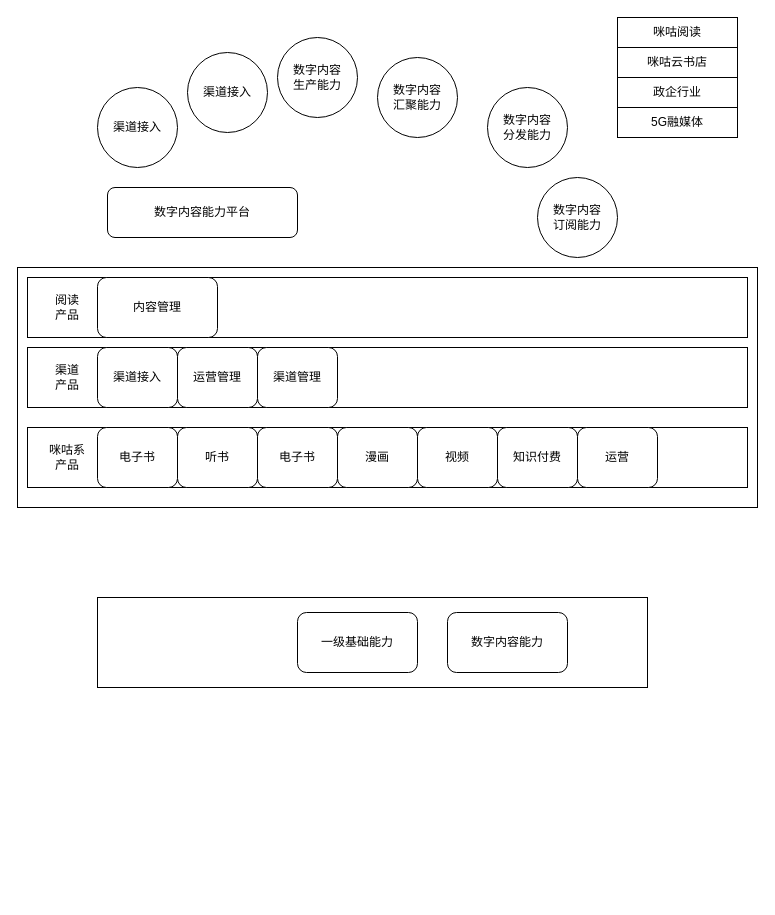
cf8080/test keeps this draw.io diagram as page "Page-1" (1 of 2) of Untitled Diagram.drawio. Above is the earlier version. Source tidied: cells renumbered, new cells numbered last; positions are measured from the earlier drawing's top-left corner, leaving out a move shared by most shapes. Both pictures are drawn from the tidied source at 100%, with x=0, y=0 at pixel (17, 17).
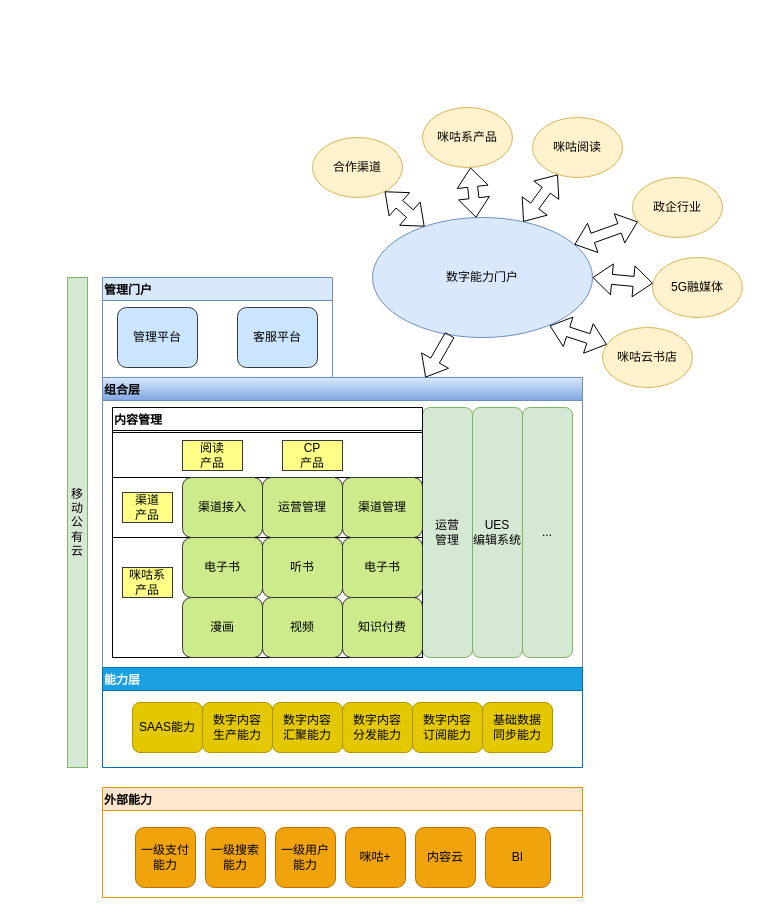
After the change.

The edit, as a diff of the source:
```diff
@@
-    <mxCell id="2" value="数字内容能力平台" style="rounded=1;whiteSpace=wrap;html=1;" parent="1" vertex="1">
-      <mxGeometry x="90" y="170" width="190" height="50" as="geometry" />
-    </mxCell>
-    <mxCell id="3" value="渠道接入" style="ellipse;whiteSpace=wrap;html=1;" parent="1" vertex="1">
-      <mxGeometry x="80" y="70" width="80" height="80" as="geometry" />
-    </mxCell>
+    <mxCell id="34" value="组合层" style="swimlane;labelPosition=center;verticalLabelPosition=middle;align=left;verticalAlign=middle;textDirection=ltr;swimlaneLine=1;shadow=0;fillColor=#dae8fc;strokeColor=#6c8ebf;gradientColor=#7ea6e0;" parent="1" vertex="1">
+      <mxGeometry x="85" y="360" width="480" height="290" as="geometry" />
+    </mxCell>
+    <mxCell id="35" value="UES&lt;br&gt;编辑系统" style="rounded=1;whiteSpace=wrap;html=1;fillColor=#d5e8d4;strokeColor=#82b366;" parent="34" vertex="1">
+      <mxGeometry x="370" y="30" width="50" height="250" as="geometry" />
+    </mxCell>
+    <mxCell id="36" value="运营&lt;br&gt;管理" style="rounded=1;whiteSpace=wrap;html=1;fillColor=#d5e8d4;strokeColor=#82b366;" parent="34" vertex="1">
+      <mxGeometry x="320" y="30" width="50" height="250" as="geometry" />
+    </mxCell>
+    <mxCell id="32" value="内容管理" style="swimlane;shadow=0;align=left;" parent="34" vertex="1">
+      <mxGeometry x="10" y="30" width="310" height="235" as="geometry" />
+    </mxCell>
+    <mxCell id="37" style="rounded=0;whiteSpace=wrap;html=1;" parent="32" vertex="1">
+      <mxGeometry y="25" width="310" height="60" as="geometry" />
+    </mxCell>
+    <mxCell id="33" value="阅读&lt;br&gt;产品" style="text;html=1;strokeColor=#36393d;fillColor=#ffff88;align=center;verticalAlign=middle;whiteSpace=wrap;rounded=0;" parent="32" vertex="1">
+      <mxGeometry x="70" y="33" width="60" height="30" as="geometry" />
+    </mxCell>
+    <mxCell id="38" value="CP&lt;br&gt;产品" style="text;html=1;strokeColor=#36393d;fillColor=#ffff88;align=center;verticalAlign=middle;whiteSpace=wrap;rounded=0;" parent="32" vertex="1">
+      <mxGeometry x="170" y="33" width="60" height="30" as="geometry" />
+    </mxCell>
+    <mxCell id="39" style="rounded=0;whiteSpace=wrap;html=1;" parent="32" vertex="1">
+      <mxGeometry y="70" width="310" height="60" as="geometry" />
+    </mxCell>
+    <mxCell id="27" value="渠道&lt;br&gt;产品" style="text;html=1;strokeColor=#36393d;fillColor=#ffff88;align=center;verticalAlign=middle;whiteSpace=wrap;rounded=0;" parent="32" vertex="1">
+      <mxGeometry x="10" y="85" width="50" height="30" as="geometry" />
+    </mxCell>
+    <mxCell id="40" value="渠道接入" style="rounded=1;whiteSpace=wrap;html=1;fillColor=#cdeb8b;strokeColor=#36393d;" parent="32" vertex="1">
+      <mxGeometry x="70" y="70" width="80" height="60" as="geometry" />
+    </mxCell>
+    <mxCell id="29" value="运营管理" style="rounded=1;whiteSpace=wrap;html=1;fillColor=#cdeb8b;strokeColor=#36393d;" parent="32" vertex="1">
+      <mxGeometry x="150" y="70" width="80" height="60" as="geometry" />
+    </mxCell>
+    <mxCell id="30" value="渠道管理" style="rounded=1;whiteSpace=wrap;html=1;fillColor=#cdeb8b;strokeColor=#36393d;" parent="32" vertex="1">
+      <mxGeometry x="230" y="70" width="80" height="60" as="geometry" />
+    </mxCell>
+    <mxCell id="41" style="rounded=0;whiteSpace=wrap;html=1;" parent="32" vertex="1">
+      <mxGeometry y="130" width="310" height="120" as="geometry" />
+    </mxCell>
+    <mxCell id="23" value="咪咕系&lt;br&gt;产品" style="text;html=1;strokeColor=#36393d;fillColor=#ffff88;align=center;verticalAlign=middle;whiteSpace=wrap;rounded=0;" parent="32" vertex="1">
+      <mxGeometry x="10" y="160" width="50" height="30" as="geometry" />
+    </mxCell>
+    <mxCell id="42" value="电子书" style="rounded=1;whiteSpace=wrap;html=1;imageWidth=24;imageHeight=24;fillColor=#cdeb8b;strokeColor=#36393d;" parent="32" vertex="1">
+      <mxGeometry x="70" y="130" width="80" height="60" as="geometry" />
+    </mxCell>
+    <mxCell id="19" value="听书" style="rounded=1;whiteSpace=wrap;html=1;imageWidth=24;imageHeight=24;fillColor=#cdeb8b;strokeColor=#36393d;" parent="32" vertex="1">
+      <mxGeometry x="150" y="130" width="80" height="60" as="geometry" />
+    </mxCell>
+    <mxCell id="43" value="电子书" style="rounded=1;whiteSpace=wrap;html=1;imageWidth=24;imageHeight=24;fillColor=#cdeb8b;strokeColor=#36393d;" parent="32" vertex="1">
+      <mxGeometry x="230" y="130" width="80" height="60" as="geometry" />
+    </mxCell>
+    <mxCell id="21" value="漫画" style="rounded=1;whiteSpace=wrap;html=1;imageWidth=24;imageHeight=24;fillColor=#cdeb8b;strokeColor=#36393d;" parent="32" vertex="1">
+      <mxGeometry x="70" y="190" width="80" height="60" as="geometry" />
+    </mxCell>
+    <mxCell id="22" value="视频" style="rounded=1;whiteSpace=wrap;html=1;imageWidth=24;imageHeight=24;fillColor=#cdeb8b;strokeColor=#36393d;" parent="32" vertex="1">
+      <mxGeometry x="150" y="190" width="80" height="60" as="geometry" />
+    </mxCell>
+    <mxCell id="24" value="知识付费" style="rounded=1;whiteSpace=wrap;html=1;imageWidth=24;imageHeight=24;fillColor=#cdeb8b;strokeColor=#36393d;" parent="32" vertex="1">
+      <mxGeometry x="230" y="190" width="80" height="60" as="geometry" />
+    </mxCell>
+    <mxCell id="44" value="..." style="rounded=1;whiteSpace=wrap;html=1;fillColor=#d5e8d4;strokeColor=#82b366;" parent="34" vertex="1">
+      <mxGeometry x="420" y="30" width="50" height="250" as="geometry" />
+    </mxCell>
+    <mxCell id="45" value="能力层" style="swimlane;shadow=0;align=left;fillColor=#1ba1e2;fontColor=#ffffff;strokeColor=#006EAF;" parent="1" vertex="1">
+      <mxGeometry x="85" y="650" width="480" height="100" as="geometry" />
+    </mxCell>
-    <mxCell id="4" value="数字内容&lt;br&gt;生产能力" style="ellipse;whiteSpace=wrap;html=1;" parent="1" vertex="1">
-      <mxGeometry x="260" y="20" width="80" height="80" as="geometry" />
+    <mxCell id="4" value="数字内容&lt;br&gt;生产能力" style="rounded=1;whiteSpace=wrap;html=1;fillColor=#e3c800;fontColor=#000000;strokeColor=#B09500;" parent="45" vertex="1">
+      <mxGeometry x="100" y="35" width="70" height="50" as="geometry" />
     </mxCell>
+    <mxCell id="9" value="数字内容&lt;br&gt;汇聚能力" style="rounded=1;whiteSpace=wrap;html=1;fillColor=#e3c800;fontColor=#000000;strokeColor=#B09500;" parent="45" vertex="1">
+      <mxGeometry x="170" y="35" width="70" height="50" as="geometry" />
+    </mxCell>
+    <mxCell id="10" value="数字内容&lt;br&gt;分发能力" style="rounded=1;whiteSpace=wrap;html=1;fillColor=#e3c800;fontColor=#000000;strokeColor=#B09500;" parent="45" vertex="1">
+      <mxGeometry x="240" y="35" width="70" height="50" as="geometry" />
+    </mxCell>
+    <mxCell id="11" value="数字内容&lt;br&gt;订阅能力" style="rounded=1;whiteSpace=wrap;html=1;fillColor=#e3c800;fontColor=#000000;strokeColor=#B09500;" parent="45" vertex="1">
+      <mxGeometry x="310" y="35" width="70" height="50" as="geometry" />
+    </mxCell>
+    <mxCell id="46" value="基础数据&lt;br&gt;同步能力" style="rounded=1;whiteSpace=wrap;html=1;fillColor=#e3c800;fontColor=#000000;strokeColor=#B09500;" parent="45" vertex="1">
+      <mxGeometry x="380" y="35" width="70" height="50" as="geometry" />
+    </mxCell>
+    <mxCell id="47" value="SAAS能力" style="rounded=1;whiteSpace=wrap;html=1;fillColor=#e3c800;fontColor=#000000;strokeColor=#B09500;" parent="45" vertex="1">
+      <mxGeometry x="30" y="35" width="70" height="50" as="geometry" />
+    </mxCell>
+    <mxCell id="48" value="管理门户" style="swimlane;shadow=0;align=left;startSize=23;fillColor=#dae8fc;strokeColor=#6c8ebf;" parent="1" vertex="1">
+      <mxGeometry x="85" y="260" width="230" height="100" as="geometry" />
+    </mxCell>
+    <mxCell id="49" value="管理平台" style="rounded=1;whiteSpace=wrap;html=1;fillColor=#cce5ff;strokeColor=#36393d;" parent="48" vertex="1">
+      <mxGeometry x="15" y="30" width="80" height="60" as="geometry" />
+    </mxCell>
+    <mxCell id="50" value="客服平台" style="rounded=1;whiteSpace=wrap;html=1;fillColor=#cce5ff;strokeColor=#36393d;" parent="48" vertex="1">
+      <mxGeometry x="135" y="30" width="80" height="60" as="geometry" />
+    </mxCell>
+    <mxCell id="51" value="外部能力" style="swimlane;shadow=0;align=left;fillColor=#ffe6cc;strokeColor=#d79b00;" parent="1" vertex="1">
+      <mxGeometry x="85" y="770" width="480" height="110" as="geometry" />
+    </mxCell>
+    <mxCell id="52" value="一级支付能力" style="rounded=1;whiteSpace=wrap;html=1;fillColor=#f0a30a;fontColor=#000000;strokeColor=#BD7000;" parent="51" vertex="1">
+      <mxGeometry x="33" y="40" width="60" height="60" as="geometry" />
+    </mxCell>
+    <mxCell id="53" value="BI" style="rounded=1;whiteSpace=wrap;html=1;fillColor=#f0a30a;fontColor=#000000;strokeColor=#BD7000;" parent="51" vertex="1">
+      <mxGeometry x="383" y="40" width="65" height="60" as="geometry" />
+    </mxCell>
+    <mxCell id="54" value="一级搜索能力" style="rounded=1;whiteSpace=wrap;html=1;fillColor=#f0a30a;fontColor=#000000;strokeColor=#BD7000;" parent="51" vertex="1">
+      <mxGeometry x="103" y="40" width="60" height="60" as="geometry" />
+    </mxCell>
+    <mxCell id="55" value="一级用户能力" style="rounded=1;whiteSpace=wrap;html=1;fillColor=#f0a30a;fontColor=#000000;strokeColor=#BD7000;" parent="51" vertex="1">
+      <mxGeometry x="173" y="40" width="60" height="60" as="geometry" />
+    </mxCell>
+    <mxCell id="56" value="咪咕+" style="rounded=1;whiteSpace=wrap;html=1;fillColor=#f0a30a;fontColor=#000000;strokeColor=#BD7000;" parent="51" vertex="1">
+      <mxGeometry x="243" y="40" width="60" height="60" as="geometry" />
+    </mxCell>
+    <mxCell id="57" value="内容云" style="rounded=1;whiteSpace=wrap;html=1;fillColor=#f0a30a;fontColor=#000000;strokeColor=#BD7000;" parent="51" vertex="1">
+      <mxGeometry x="313" y="40" width="60" height="60" as="geometry" />
+    </mxCell>
-    <mxCell id="5" value="咪咕阅读" style="rounded=0;whiteSpace=wrap;html=1;" parent="1" vertex="1">
-      <mxGeometry x="600" width="120" height="30" as="geometry" />
+    <mxCell id="5" value="&lt;span&gt;咪咕阅读&lt;/span&gt;" style="ellipse;whiteSpace=wrap;html=1;shadow=0;align=center;fillColor=#fff2cc;strokeColor=#d6b656;" parent="1" vertex="1">
+      <mxGeometry x="515" y="100" width="90" height="60" as="geometry" />
     </mxCell>
-    <mxCell id="6" value="咪咕云书店" style="rounded=0;whiteSpace=wrap;html=1;" parent="1" vertex="1">
-      <mxGeometry x="600" y="30" width="120" height="30" as="geometry" />
+    <mxCell id="6" value="咪咕云书店" style="ellipse;whiteSpace=wrap;html=1;shadow=0;align=center;fillColor=#fff2cc;strokeColor=#d6b656;" parent="1" vertex="1">
+      <mxGeometry x="585" y="310" width="90" height="60" as="geometry" />
     </mxCell>
-    <mxCell id="7" value="政企行业" style="rounded=0;whiteSpace=wrap;html=1;" parent="1" vertex="1">
-      <mxGeometry x="600" y="60" width="120" height="30" as="geometry" />
+    <mxCell id="7" value="政企行业" style="ellipse;whiteSpace=wrap;html=1;shadow=0;align=center;fillColor=#fff2cc;strokeColor=#d6b656;" parent="1" vertex="1">
+      <mxGeometry x="615" y="160" width="90" height="60" as="geometry" />
     </mxCell>
-    <mxCell id="8" value="5G融媒体" style="rounded=0;whiteSpace=wrap;html=1;" parent="1" vertex="1">
-      <mxGeometry x="600" y="90" width="120" height="30" as="geometry" />
+    <mxCell id="8" value="5G融媒体" style="ellipse;whiteSpace=wrap;html=1;shadow=0;align=center;fillColor=#fff2cc;strokeColor=#d6b656;" parent="1" vertex="1">
+      <mxGeometry x="635" y="240" width="90" height="60" as="geometry" />
     </mxCell>
-    <mxCell id="9" value="数字内容&lt;br&gt;汇聚能力" style="ellipse;whiteSpace=wrap;html=1;" parent="1" vertex="1">
-      <mxGeometry x="360" y="40" width="80" height="80" as="geometry" />
-    </mxCell>
-    <mxCell id="10" value="数字内容&lt;br&gt;分发能力" style="ellipse;whiteSpace=wrap;html=1;" parent="1" vertex="1">
-      <mxGeometry x="470" y="70" width="80" height="80" as="geometry" />
-    </mxCell>
-    <mxCell id="11" value="数字内容&lt;br&gt;订阅能力" style="ellipse;whiteSpace=wrap;html=1;" parent="1" vertex="1">
-      <mxGeometry x="520" y="160" width="80" height="80" as="geometry" />
-    </mxCell>
-    <mxCell id="12" value="渠道接入" style="ellipse;whiteSpace=wrap;html=1;" parent="1" vertex="1">
-      <mxGeometry x="170" y="35" width="80" height="80" as="geometry" />
-    </mxCell>
-    <mxCell id="13" style="rounded=0;whiteSpace=wrap;html=1;" parent="1" vertex="1">
-      <mxGeometry x="80" y="580" width="550" height="90" as="geometry" />
-    </mxCell>
-    <mxCell id="14" value="一级基础能力" style="rounded=1;whiteSpace=wrap;html=1;" parent="1" vertex="1">
-      <mxGeometry x="280" y="595" width="120" height="60" as="geometry" />
-    </mxCell>
-    <mxCell id="15" value="数字内容能力" style="rounded=1;whiteSpace=wrap;html=1;" parent="1" vertex="1">
-      <mxGeometry x="430" y="595" width="120" height="60" as="geometry" />
-    </mxCell>
-    <mxCell id="16" style="rounded=0;whiteSpace=wrap;html=1;" parent="1" vertex="1">
-      <mxGeometry y="250" width="740" height="240" as="geometry" />
-    </mxCell>
-    <mxCell id="17" style="rounded=0;whiteSpace=wrap;html=1;" parent="1" vertex="1">
-      <mxGeometry x="10" y="410" width="720" height="60" as="geometry" />
-    </mxCell>
-    <mxCell id="18" value="电子书" style="rounded=1;whiteSpace=wrap;html=1;imageWidth=24;imageHeight=24;" parent="1" vertex="1">
-      <mxGeometry x="80" y="410" width="80" height="60" as="geometry" />
-    </mxCell>
-    <mxCell id="19" value="听书" style="rounded=1;whiteSpace=wrap;html=1;imageWidth=24;imageHeight=24;" parent="1" vertex="1">
-      <mxGeometry x="160" y="410" width="80" height="60" as="geometry" />
-    </mxCell>
-    <mxCell id="20" value="电子书" style="rounded=1;whiteSpace=wrap;html=1;imageWidth=24;imageHeight=24;" parent="1" vertex="1">
-      <mxGeometry x="240" y="410" width="80" height="60" as="geometry" />
-    </mxCell>
-    <mxCell id="21" value="漫画" style="rounded=1;whiteSpace=wrap;html=1;imageWidth=24;imageHeight=24;" parent="1" vertex="1">
-      <mxGeometry x="320" y="410" width="80" height="60" as="geometry" />
-    </mxCell>
-    <mxCell id="22" value="视频" style="rounded=1;whiteSpace=wrap;html=1;imageWidth=24;imageHeight=24;" parent="1" vertex="1">
-      <mxGeometry x="400" y="410" width="80" height="60" as="geometry" />
-    </mxCell>
-    <mxCell id="23" value="咪咕系&lt;br&gt;产品" style="text;html=1;strokeColor=none;fillColor=none;align=center;verticalAlign=middle;whiteSpace=wrap;rounded=0;" parent="1" vertex="1">
-      <mxGeometry x="20" y="425" width="60" height="30" as="geometry" />
-    </mxCell>
-    <mxCell id="24" value="知识付费" style="rounded=1;whiteSpace=wrap;html=1;imageWidth=24;imageHeight=24;" parent="1" vertex="1">
-      <mxGeometry x="480" y="410" width="80" height="60" as="geometry" />
-    </mxCell>
-    <mxCell id="25" value="运营" style="rounded=1;whiteSpace=wrap;html=1;imageWidth=24;imageHeight=24;" parent="1" vertex="1">
-      <mxGeometry x="560" y="410" width="80" height="60" as="geometry" />
-    </mxCell>
-    <mxCell id="26" style="rounded=0;whiteSpace=wrap;html=1;" parent="1" vertex="1">
-      <mxGeometry x="10" y="330" width="720" height="60" as="geometry" />
-    </mxCell>
-    <mxCell id="27" value="渠道&lt;br&gt;产品" style="text;html=1;strokeColor=none;fillColor=none;align=center;verticalAlign=middle;whiteSpace=wrap;rounded=0;" parent="1" vertex="1">
-      <mxGeometry x="20" y="345" width="60" height="30" as="geometry" />
-    </mxCell>
-    <mxCell id="28" value="渠道接入" style="rounded=1;whiteSpace=wrap;html=1;" parent="1" vertex="1">
-      <mxGeometry x="80" y="330" width="80" height="60" as="geometry" />
-    </mxCell>
-    <mxCell id="29" value="运营管理" style="rounded=1;whiteSpace=wrap;html=1;" parent="1" vertex="1">
-      <mxGeometry x="160" y="330" width="80" height="60" as="geometry" />
-    </mxCell>
-    <mxCell id="30" value="渠道管理" style="rounded=1;whiteSpace=wrap;html=1;" parent="1" vertex="1">
-      <mxGeometry x="240" y="330" width="80" height="60" as="geometry" />
-    </mxCell>
-    <mxCell id="31" style="rounded=0;whiteSpace=wrap;html=1;" parent="1" vertex="1">
-      <mxGeometry x="10" y="260" width="720" height="60" as="geometry" />
-    </mxCell>
-    <mxCell id="32" value="内容管理" style="rounded=1;whiteSpace=wrap;html=1;" parent="1" vertex="1">
-      <mxGeometry x="80" y="260" width="120" height="60" as="geometry" />
-    </mxCell>
-    <mxCell id="33" value="阅读&lt;br&gt;产品" style="text;html=1;strokeColor=none;fillColor=none;align=center;verticalAlign=middle;whiteSpace=wrap;rounded=0;" parent="1" vertex="1">
-      <mxGeometry x="20" y="275" width="60" height="30" as="geometry" />
-    </mxCell>
+    <mxCell id="58" value="咪咕系产品" style="ellipse;whiteSpace=wrap;html=1;shadow=0;align=center;fillColor=#fff2cc;strokeColor=#d6b656;" parent="1" vertex="1">
+      <mxGeometry x="405" y="90" width="90" height="60" as="geometry" />
+    </mxCell>
+    <mxCell id="59" value="合作渠道" style="ellipse;whiteSpace=wrap;html=1;shadow=0;align=center;fillColor=#fff2cc;strokeColor=#d6b656;" parent="1" vertex="1">
+      <mxGeometry x="295" y="120" width="90" height="60" as="geometry" />
+    </mxCell>
+    <mxCell id="60" value="数字能力门户" style="ellipse;whiteSpace=wrap;html=1;shadow=0;align=center;fillColor=#dae8fc;strokeColor=#6c8ebf;" parent="1" vertex="1">
+      <mxGeometry x="355" y="200" width="220" height="120" as="geometry" />
+    </mxCell>
+    <mxCell id="61" style="shape=flexArrow;endArrow=classic;html=1;rounded=0;" parent="1" edge="1" source="60" target="34">
+      <mxGeometry relative="1" as="geometry" />
+    </mxCell>
+    <mxCell id="62" style="shape=flexArrow;endArrow=classic;startArrow=classic;html=1;rounded=0;" parent="1" edge="1" source="59" target="60">
+      <mxGeometry relative="1" as="geometry" />
+    </mxCell>
+    <mxCell id="63" style="shape=flexArrow;endArrow=classic;startArrow=classic;html=1;rounded=0;" parent="1" edge="1" source="58" target="60">
+      <mxGeometry relative="1" as="geometry" />
+    </mxCell>
+    <mxCell id="64" style="shape=flexArrow;endArrow=classic;startArrow=classic;html=1;rounded=0;" parent="1" edge="1" source="5" target="60">
+      <mxGeometry relative="1" as="geometry" />
+    </mxCell>
+    <mxCell id="65" style="shape=flexArrow;endArrow=classic;startArrow=classic;html=1;rounded=0;" parent="1" edge="1" source="7" target="60">
+      <mxGeometry relative="1" as="geometry" />
+    </mxCell>
+    <mxCell id="66" style="shape=flexArrow;endArrow=classic;startArrow=classic;html=1;rounded=0;entryX=1;entryY=0.5;entryDx=0;entryDy=0;" parent="1" edge="1" source="8" target="60">
+      <mxGeometry relative="1" as="geometry" />
+    </mxCell>
+    <mxCell id="67" style="shape=flexArrow;endArrow=classic;startArrow=classic;html=1;rounded=0;entryX=0.805;entryY=0.902;entryDx=0;entryDy=0;entryPerimeter=0;" parent="1" edge="1" source="6" target="60">
+      <mxGeometry relative="1" as="geometry" />
+    </mxCell>
+    <mxCell id="68" value="移动公有云" style="rounded=0;whiteSpace=wrap;html=1;shadow=0;align=center;fillColor=#d5e8d4;strokeColor=#82b366;" parent="1" vertex="1">
+      <mxGeometry x="50" y="260" width="20" height="490" as="geometry" />
+    </mxCell>
```
